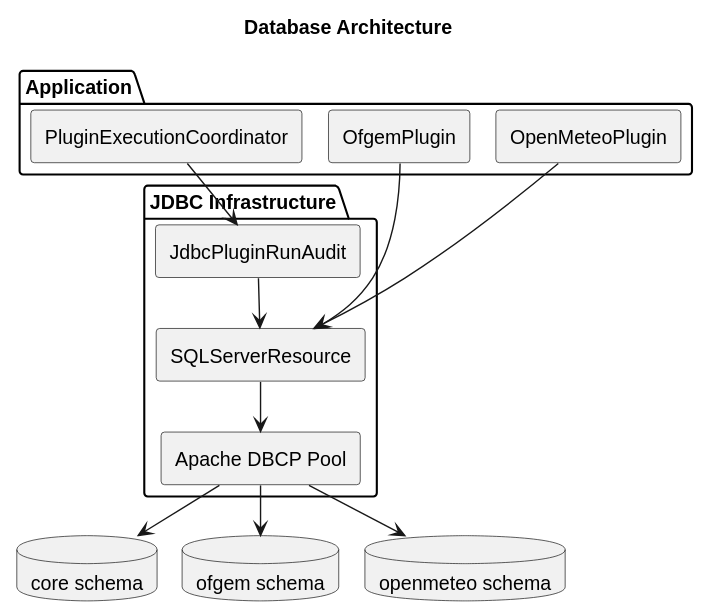
The PlantUML diagram docs/diagrams/generated/database-architecture.svg in TerryCurranZellis/OpenData, before a commit. Its source is kept beside it as docs/diagrams/source/database-architecture.puml. Source of this version:
```plantuml
@startuml
!pragma layout smetana
title Database Architecture
skinparam componentStyle rectangle

package "Application" {
  [PluginExecutionCoordinator] as Coordinator
  [OfgemPlugin] as Ofgem
  [OpenMeteoPlugin] as Meteo
}

package "JDBC Infrastructure" {
  [JdbcPluginRunAudit] as Audit
  [SQLServerResource] as Resource
  [Apache DBCP Pool] as Pool
}

database "core schema" as Core
database "ofgem schema" as OfgemSchema
database "openmeteo schema" as MeteoSchema

Coordinator --> Audit
Ofgem --> Resource
Meteo --> Resource
Audit --> Resource
Resource --> Pool
Pool --> Core
Pool --> OfgemSchema
Pool --> MeteoSchema
@enduml
```
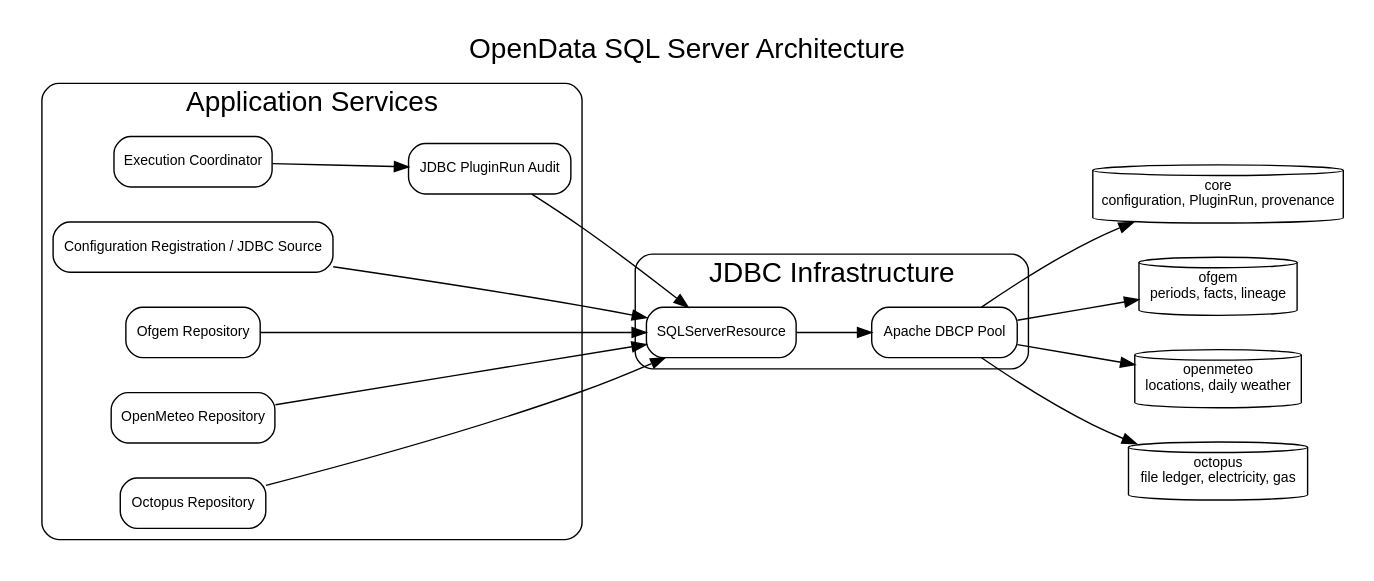
After the commit.

What changed in the source:
```diff
@@ -1,30 +1,36 @@
 @startuml
 !pragma layout smetana
-title Database Architecture
+title OpenData SQL Server Architecture
 skinparam componentStyle rectangle
 
-package "Application" {
+package "Application Services" {
+  [Configuration Registration / JDBC Source] as Config
   [PluginExecutionCoordinator] as Coordinator
-  [OfgemPlugin] as Ofgem
-  [OpenMeteoPlugin] as Meteo
+  [JdbcPluginRunAudit] as Audit
+  [Ofgem Repository] as OfgemRepo
+  [OpenMeteo Repository] as MeteoRepo
+  [Octopus Repository] as OctopusRepo
 }
 
 package "JDBC Infrastructure" {
-  [JdbcPluginRunAudit] as Audit
   [SQLServerResource] as Resource
   [Apache DBCP Pool] as Pool
 }
 
-database "core schema" as Core
-database "ofgem schema" as OfgemSchema
-database "openmeteo schema" as MeteoSchema
+database "core\nconfiguration, PluginRun, provenance" as Core
+database "ofgem\nperiods, facts, lineage" as Ofgem
+database "openmeteo\nlocations, daily weather" as Meteo
+database "octopus\nfile ledger, electricity, gas" as Octopus
 
+Config --> Resource
 Coordinator --> Audit
-Ofgem --> Resource
-Meteo --> Resource
 Audit --> Resource
+OfgemRepo --> Resource
+MeteoRepo --> Resource
+OctopusRepo --> Resource
 Resource --> Pool
 Pool --> Core
-Pool --> OfgemSchema
-Pool --> MeteoSchema
+Pool --> Ofgem
+Pool --> Meteo
+Pool --> Octopus
 @enduml
```
